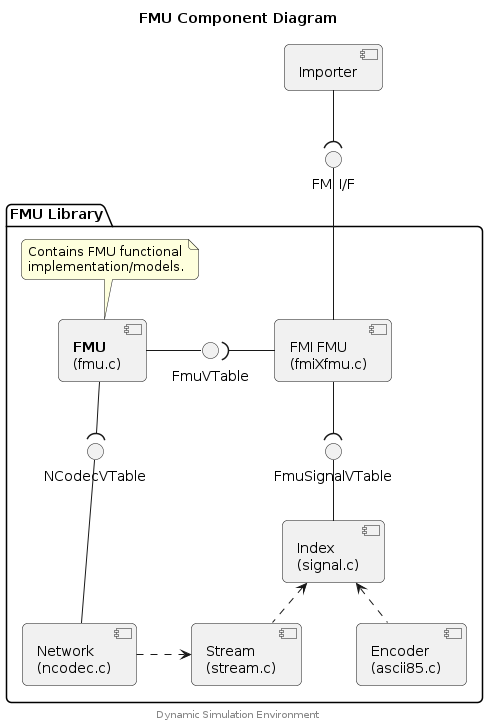
Earlier version of the PlantUML export apis/fmi/fmu/fmu-component.png (boschglobal/dse.doc).
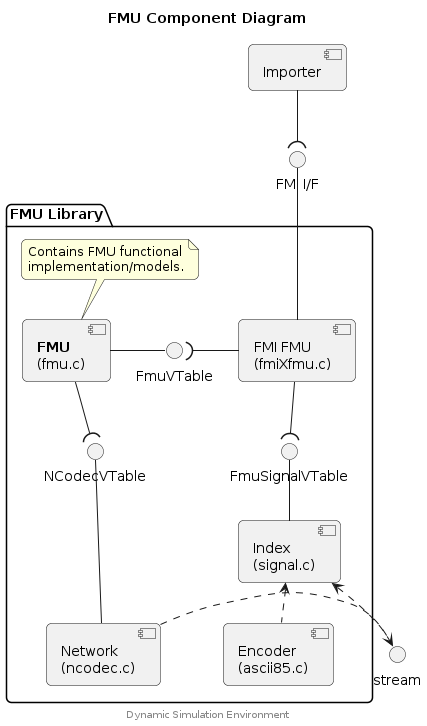
The same file after the commit.

The edit, as a diff of the source:
```diff
@@ -17,7 +17,6 @@
         interface "FmuSignalVTable" as signalVt
         component "Encoder\n(ascii85.c)" as encoder
         component "Network\n(ncodec.c)" as network
-        component "Stream\n(stream.c)" as stream
         interface "NCodecVTable" as ncodec
         note as N_fmu
   Contains FMU functional
```
